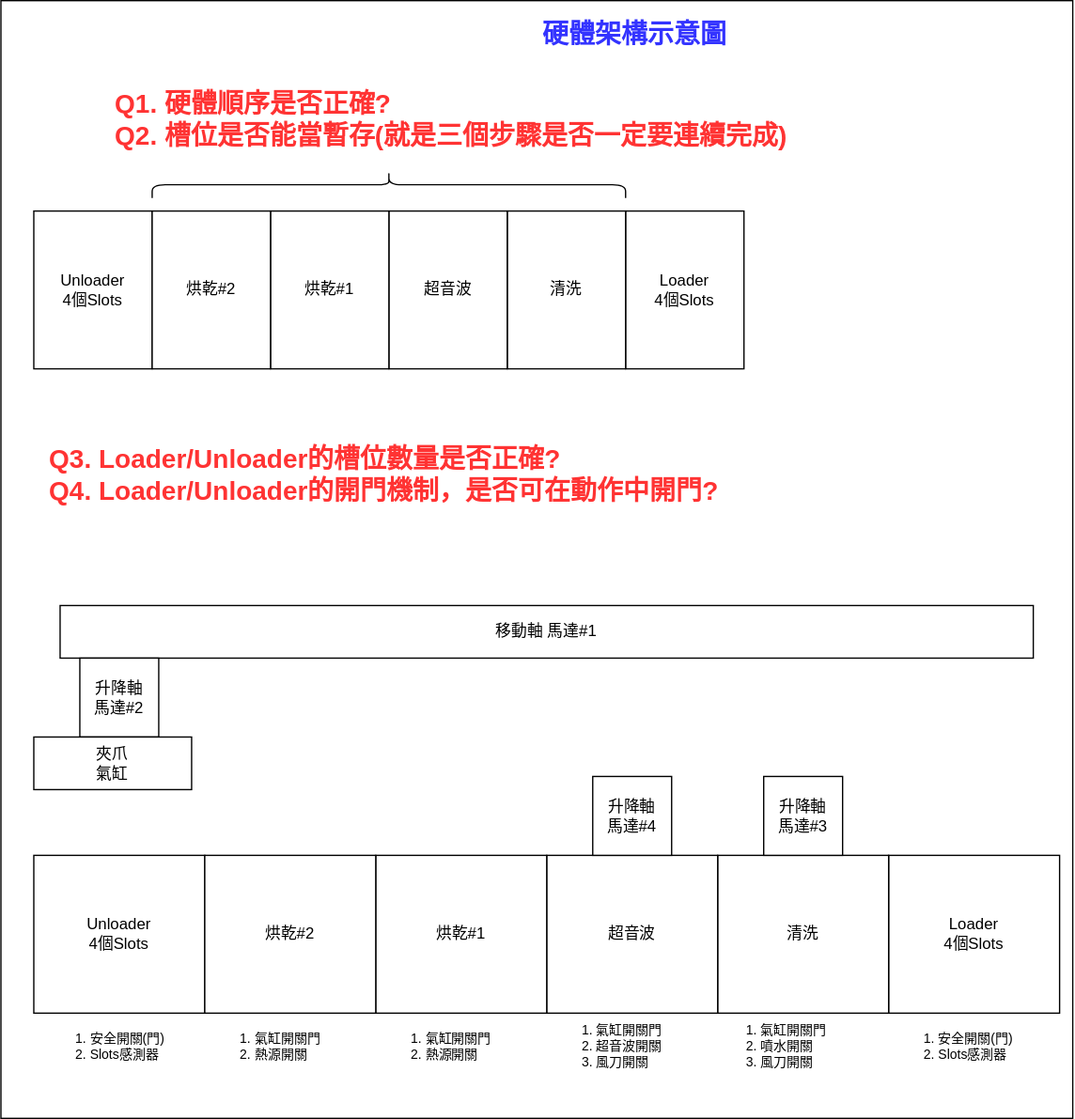
This is Documents/Design/Overall.drawio.svg from isalan06/Richard-Cleaner-2025, a draw.io export, as it was before one commit. Source tidied: cells renumbered, new cells last; positions are measured from the earlier drawing's top-left corner, leaving out a move shared by most shapes. Its diagram source:
```xml
<mxGraphModel>
  <root>
    <mxCell id="0" />
    <mxCell id="1" parent="0" />
    <mxCell id="2" style="rounded=0;whiteSpace=wrap;html=1;" parent="1" vertex="1">
      <mxGeometry y="40" width="815" height="850" as="geometry" />
    </mxCell>
    <mxCell id="3" value="Loader&lt;div&gt;4個Slots&lt;/div&gt;" style="rounded=0;whiteSpace=wrap;html=1;" parent="1" vertex="1">
      <mxGeometry x="475" y="200" width="90" height="120" as="geometry" />
    </mxCell>
    <mxCell id="4" value="Unloader&lt;div&gt;4個Slots&lt;/div&gt;" style="rounded=0;whiteSpace=wrap;html=1;" parent="1" vertex="1">
      <mxGeometry x="25" y="200" width="90" height="120" as="geometry" />
    </mxCell>
    <mxCell id="5" value="清洗" style="rounded=0;whiteSpace=wrap;html=1;" parent="1" vertex="1">
      <mxGeometry x="385" y="200" width="90" height="120" as="geometry" />
    </mxCell>
    <mxCell id="6" value="超音波" style="rounded=0;whiteSpace=wrap;html=1;" parent="1" vertex="1">
      <mxGeometry x="295" y="200" width="90" height="120" as="geometry" />
    </mxCell>
    <mxCell id="7" value="烘乾#1" style="rounded=0;whiteSpace=wrap;html=1;" parent="1" vertex="1">
      <mxGeometry x="205" y="200" width="90" height="120" as="geometry" />
    </mxCell>
    <mxCell id="8" value="烘乾#2" style="rounded=0;whiteSpace=wrap;html=1;" parent="1" vertex="1">
      <mxGeometry x="115" y="200" width="90" height="120" as="geometry" />
    </mxCell>
    <mxCell id="9" style="shape=curlyBracket;whiteSpace=wrap;html=1;rounded=1;labelPosition=left;verticalLabelPosition=middle;align=right;verticalAlign=middle;rotation=90;" parent="1" vertex="1">
      <mxGeometry x="285" width="20" height="360" as="geometry" />
    </mxCell>
    <mxCell id="10" value="&lt;font style=&quot;color: rgb(255, 51, 51);&quot;&gt;Q1. 硬體順序是否正確?&lt;/font&gt;&lt;div&gt;&lt;font style=&quot;color: rgb(255, 51, 51);&quot;&gt;Q2. 槽位是否能當暫存(就是三個步驟是否一定要連續完成)&lt;/font&gt;&lt;/div&gt;" style="text;strokeColor=none;fillColor=none;html=1;fontSize=20;fontStyle=1;verticalAlign=middle;align=left;fontColor=#FF3333;" parent="1" vertex="1">
      <mxGeometry x="85" y="110" width="100" height="40" as="geometry" />
    </mxCell>
    <mxCell id="11" value="&lt;font style=&quot;color: rgb(255, 51, 51);&quot;&gt;Q3. Loader/Unloader的槽位數量是否正確?&lt;/font&gt;&lt;div&gt;&lt;font style=&quot;color: rgb(255, 51, 51);&quot;&gt;Q4. Loader/Unloader的開門機制，是否可在動作中開門?&lt;/font&gt;&lt;/div&gt;" style="text;strokeColor=none;fillColor=none;html=1;fontSize=20;fontStyle=1;verticalAlign=middle;align=left;fontColor=#FF3333;" parent="1" vertex="1">
      <mxGeometry x="35" y="380" width="100" height="40" as="geometry" />
    </mxCell>
    <mxCell id="12" value="Loader&lt;div&gt;4個Slots&lt;/div&gt;" style="rounded=0;whiteSpace=wrap;html=1;" parent="1" vertex="1">
      <mxGeometry x="675" y="690" width="130" height="120" as="geometry" />
    </mxCell>
    <mxCell id="13" value="Unloader&lt;div&gt;4個Slots&lt;/div&gt;" style="rounded=0;whiteSpace=wrap;html=1;" parent="1" vertex="1">
      <mxGeometry x="25" y="690" width="130" height="120" as="geometry" />
    </mxCell>
    <mxCell id="14" value="清洗" style="rounded=0;whiteSpace=wrap;html=1;" parent="1" vertex="1">
      <mxGeometry x="545" y="690" width="130" height="120" as="geometry" />
    </mxCell>
    <mxCell id="15" value="超音波" style="rounded=0;whiteSpace=wrap;html=1;" parent="1" vertex="1">
      <mxGeometry x="415" y="690" width="130" height="120" as="geometry" />
    </mxCell>
    <mxCell id="16" value="烘乾#1" style="rounded=0;whiteSpace=wrap;html=1;" parent="1" vertex="1">
      <mxGeometry x="285" y="690" width="130" height="120" as="geometry" />
    </mxCell>
    <mxCell id="17" value="烘乾#2" style="rounded=0;whiteSpace=wrap;html=1;" parent="1" vertex="1">
      <mxGeometry x="155" y="690" width="130" height="120" as="geometry" />
    </mxCell>
    <mxCell id="18" value="1. 氣缸開關門&lt;div&gt;2. 噴水開關&lt;/div&gt;&lt;div&gt;3. 風刀開關&lt;/div&gt;" style="text;html=1;align=left;verticalAlign=middle;whiteSpace=wrap;rounded=0;fontSize=10;" parent="1" vertex="1">
      <mxGeometry x="565" y="820" width="80" height="30" as="geometry" />
    </mxCell>
    <mxCell id="19" value="移動軸 馬達#1" style="rounded=0;whiteSpace=wrap;html=1;" parent="1" vertex="1">
      <mxGeometry x="45" y="500" width="740" height="40" as="geometry" />
    </mxCell>
    <mxCell id="20" value="升降軸&lt;div&gt;馬達#2&lt;/div&gt;" style="rounded=0;whiteSpace=wrap;html=1;" parent="1" vertex="1">
      <mxGeometry x="60" y="540" width="60" height="60" as="geometry" />
    </mxCell>
    <mxCell id="21" value="夾爪&lt;div&gt;氣缸&lt;/div&gt;" style="rounded=0;whiteSpace=wrap;html=1;" parent="1" vertex="1">
      <mxGeometry x="25" y="600" width="120" height="40" as="geometry" />
    </mxCell>
    <mxCell id="22" value="升降軸&lt;div&gt;馬達#4&lt;/div&gt;" style="rounded=0;whiteSpace=wrap;html=1;" parent="1" vertex="1">
      <mxGeometry x="450" y="630" width="60" height="60" as="geometry" />
    </mxCell>
    <mxCell id="23" value="升降軸&lt;div&gt;馬達#3&lt;/div&gt;" style="rounded=0;whiteSpace=wrap;html=1;" parent="1" vertex="1">
      <mxGeometry x="580" y="630" width="60" height="60" as="geometry" />
    </mxCell>
    <mxCell id="24" value="1. 安全開關(門)&lt;div&gt;2. Slots感測器&lt;/div&gt;" style="text;html=1;align=left;verticalAlign=middle;whiteSpace=wrap;rounded=0;fontSize=10;" parent="1" vertex="1">
      <mxGeometry x="700" y="820" width="80" height="30" as="geometry" />
    </mxCell>
    <mxCell id="25" value="1. 安全開關(門)&lt;div&gt;2. Slots感測器&lt;/div&gt;" style="text;html=1;align=left;verticalAlign=middle;whiteSpace=wrap;rounded=0;fontSize=10;" parent="1" vertex="1">
      <mxGeometry x="55" y="820" width="80" height="30" as="geometry" />
    </mxCell>
    <mxCell id="26" value="1. 氣缸開關門&lt;div&gt;2. 超音波開關&lt;/div&gt;&lt;div&gt;3. 風刀開關&lt;/div&gt;" style="text;html=1;align=left;verticalAlign=middle;whiteSpace=wrap;rounded=0;fontSize=10;" parent="1" vertex="1">
      <mxGeometry x="440" y="820" width="80" height="30" as="geometry" />
    </mxCell>
    <mxCell id="27" value="1. 氣缸開關門&lt;div&gt;2. 熱源開關&lt;/div&gt;" style="text;html=1;align=left;verticalAlign=middle;whiteSpace=wrap;rounded=0;fontSize=10;" parent="1" vertex="1">
      <mxGeometry x="310" y="820" width="80" height="30" as="geometry" />
    </mxCell>
    <mxCell id="28" value="1. 氣缸開關門&lt;div&gt;2. 熱源開關&lt;/div&gt;" style="text;html=1;align=left;verticalAlign=middle;whiteSpace=wrap;rounded=0;fontSize=10;" parent="1" vertex="1">
      <mxGeometry x="180" y="820" width="80" height="30" as="geometry" />
    </mxCell>
    <mxCell id="29" value="硬體架構示意圖" style="text;html=1;align=center;verticalAlign=middle;whiteSpace=wrap;rounded=0;fontSize=20;fontStyle=1;fontColor=#3333FF;" parent="1" vertex="1">
      <mxGeometry x="379" y="50" width="206" height="30" as="geometry" />
    </mxCell>
  </root>
</mxGraphModel>
```
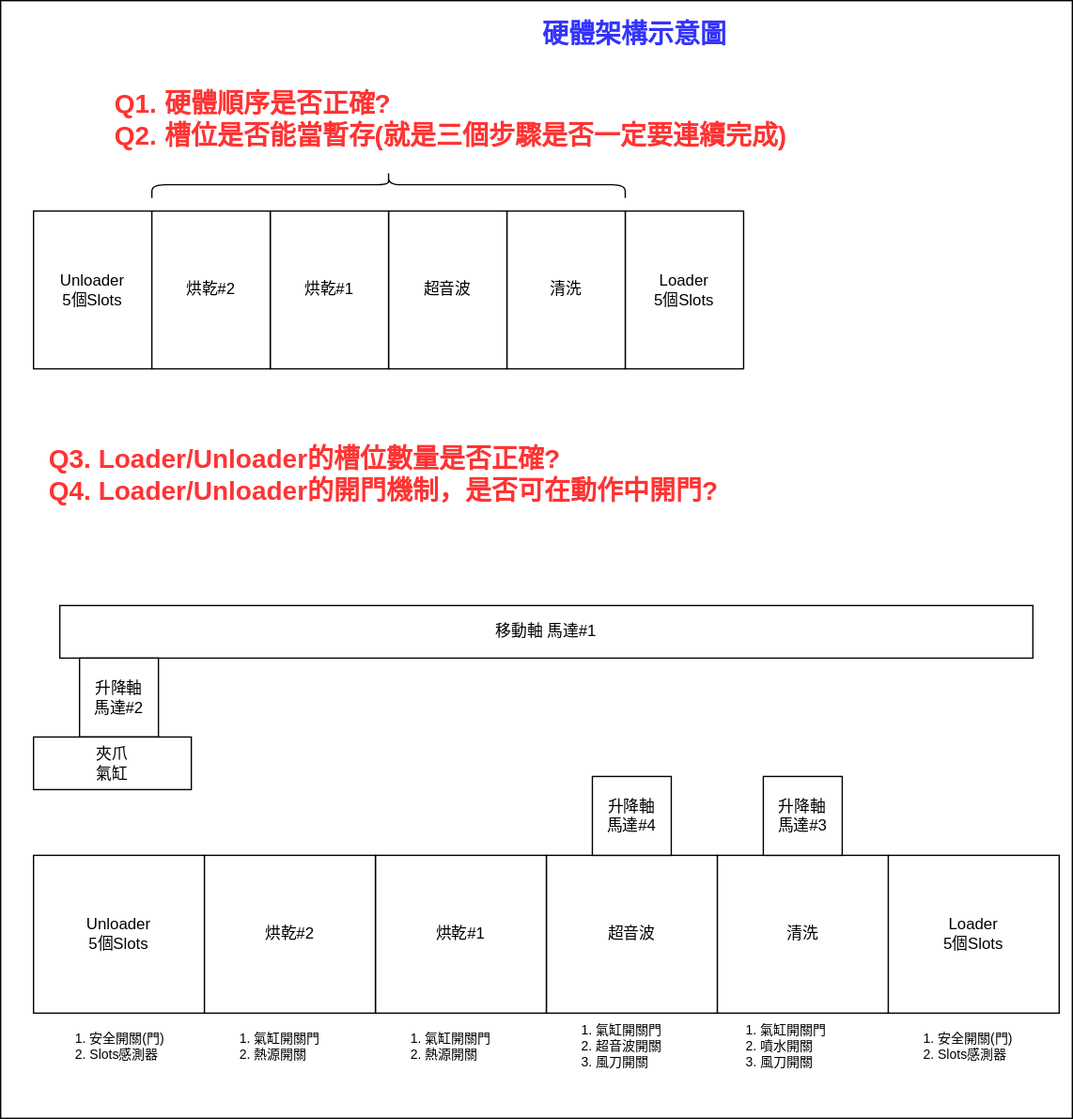
The same diagram one commit later.

What changed in the source:
```diff
@@ -5,10 +5,10 @@
     <mxCell id="2" style="rounded=0;whiteSpace=wrap;html=1;" parent="1" vertex="1">
       <mxGeometry y="40" width="815" height="850" as="geometry" />
     </mxCell>
-    <mxCell id="3" value="Loader&lt;div&gt;4個Slots&lt;/div&gt;" style="rounded=0;whiteSpace=wrap;html=1;" parent="1" vertex="1">
+    <mxCell id="3" value="Loader&lt;div&gt;5個Slots&lt;/div&gt;" style="rounded=0;whiteSpace=wrap;html=1;" parent="1" vertex="1">
       <mxGeometry x="475" y="200" width="90" height="120" as="geometry" />
     </mxCell>
-    <mxCell id="4" value="Unloader&lt;div&gt;4個Slots&lt;/div&gt;" style="rounded=0;whiteSpace=wrap;html=1;" parent="1" vertex="1">
+    <mxCell id="4" value="Unloader&lt;div&gt;5個Slots&lt;/div&gt;" style="rounded=0;whiteSpace=wrap;html=1;" parent="1" vertex="1">
       <mxGeometry x="25" y="200" width="90" height="120" as="geometry" />
     </mxCell>
     <mxCell id="5" value="清洗" style="rounded=0;whiteSpace=wrap;html=1;" parent="1" vertex="1">
@@ -32,10 +32,10 @@
     <mxCell id="11" value="&lt;font style=&quot;color: rgb(255, 51, 51);&quot;&gt;Q3. Loader/Unloader的槽位數量是否正確?&lt;/font&gt;&lt;div&gt;&lt;font style=&quot;color: rgb(255, 51, 51);&quot;&gt;Q4. Loader/Unloader的開門機制，是否可在動作中開門?&lt;/font&gt;&lt;/div&gt;" style="text;strokeColor=none;fillColor=none;html=1;fontSize=20;fontStyle=1;verticalAlign=middle;align=left;fontColor=#FF3333;" parent="1" vertex="1">
       <mxGeometry x="35" y="380" width="100" height="40" as="geometry" />
     </mxCell>
-    <mxCell id="12" value="Loader&lt;div&gt;4個Slots&lt;/div&gt;" style="rounded=0;whiteSpace=wrap;html=1;" parent="1" vertex="1">
+    <mxCell id="12" value="Loader&lt;div&gt;5個Slots&lt;/div&gt;" style="rounded=0;whiteSpace=wrap;html=1;" parent="1" vertex="1">
       <mxGeometry x="675" y="690" width="130" height="120" as="geometry" />
     </mxCell>
-    <mxCell id="13" value="Unloader&lt;div&gt;4個Slots&lt;/div&gt;" style="rounded=0;whiteSpace=wrap;html=1;" parent="1" vertex="1">
+    <mxCell id="13" value="Unloader&lt;div&gt;5個Slots&lt;/div&gt;" style="rounded=0;whiteSpace=wrap;html=1;" parent="1" vertex="1">
       <mxGeometry x="25" y="690" width="130" height="120" as="geometry" />
     </mxCell>
     <mxCell id="14" value="清洗" style="rounded=0;whiteSpace=wrap;html=1;" parent="1" vertex="1">
```
